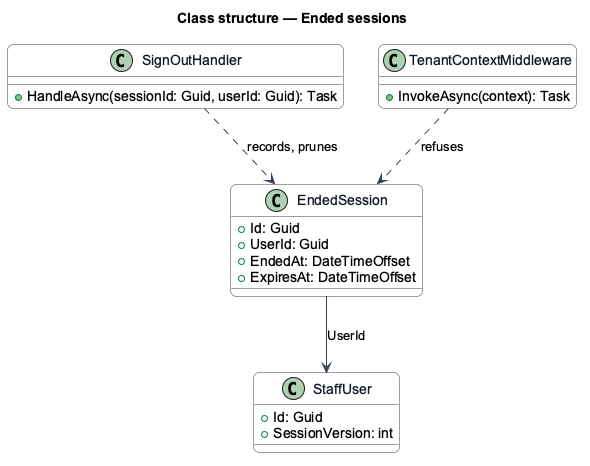
Above: docs/detailed-designs/identity/end-user-session/diagrams/class-structure.png in QuinntyneBrown/promise-hub (PlantUML), before the change.
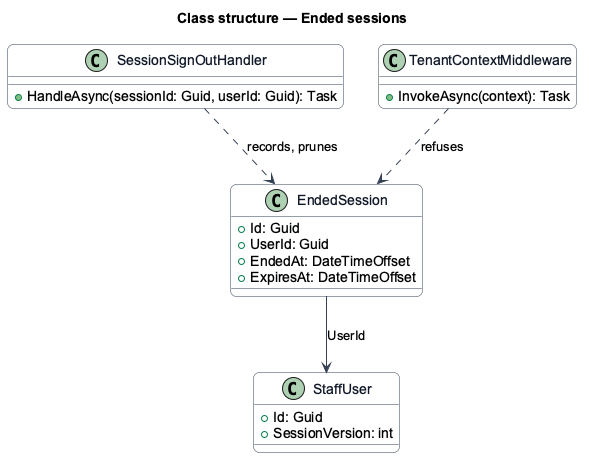
Above is the later version.

Change to the diagram source:
```diff
@@ -16,7 +16,7 @@
   +EndedAt: DateTimeOffset
   +ExpiresAt: DateTimeOffset
 }
-class SignOutHandler {
+class SessionSignOutHandler {
   +HandleAsync(sessionId: Guid, userId: Guid): Task
 }
 class TenantContextMiddleware {
@@ -26,7 +26,7 @@
   +Id: Guid
   +SessionVersion: int
 }
-SignOutHandler ..> EndedSession : records, prunes
+SessionSignOutHandler ..> EndedSession : records, prunes
 TenantContextMiddleware ..> EndedSession : refuses
 EndedSession --> StaffUser : UserId
 @enduml
```
